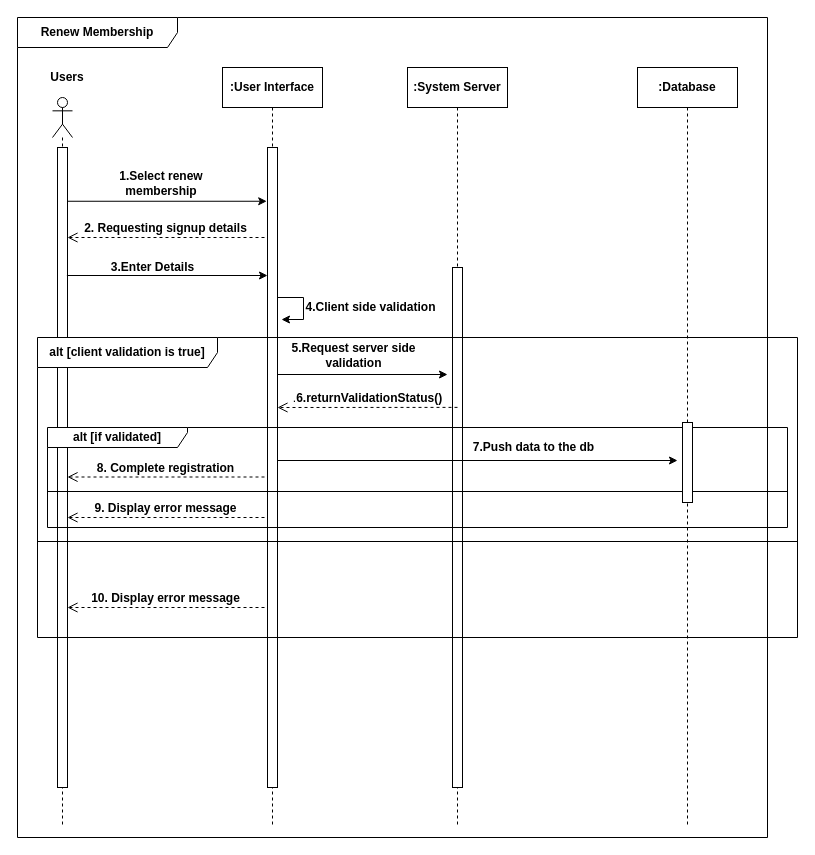
AmilaDissanayake/Group_CS21 keeps this draw.io diagram as page "Page-12" (12 of 13) of Diagram/Sequence Diagram.drawio. Above is the earlier version. Source tidied: cells renumbered, new cells numbered last; positions are measured from the earlier drawing's top-left corner, leaving out a move shared by most shapes. Both pictures are drawn from the tidied source at 100%, with x=0, y=0 at pixel (17, 17).
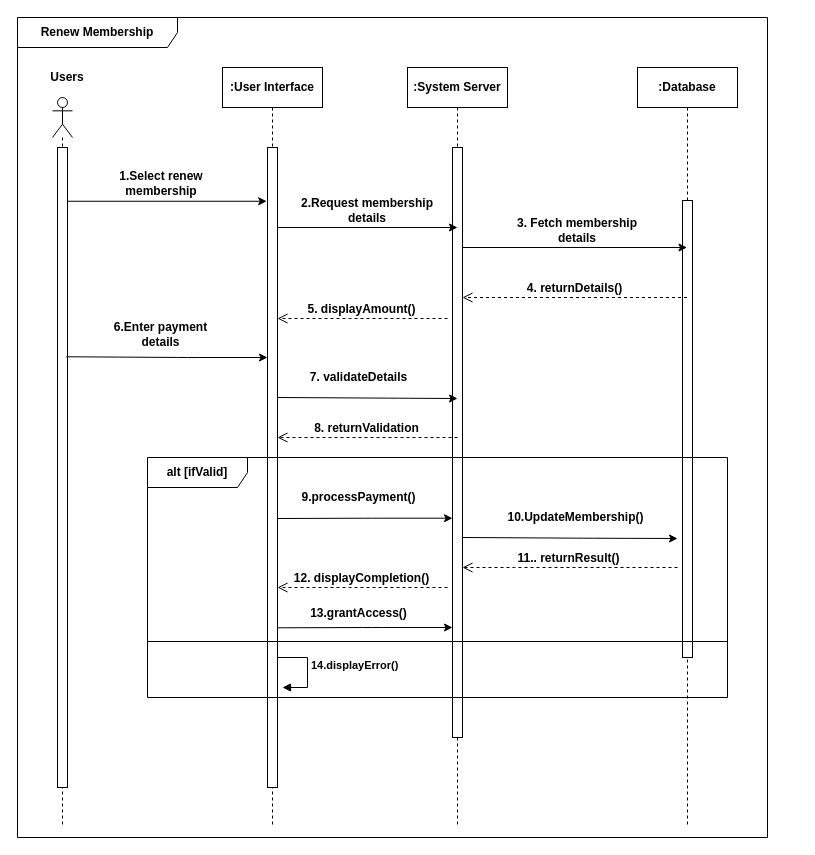
The same diagram, later.

The change refers to these unchanged cells:
```xml
<mxCell id="7" value="&lt;b&gt;:Database&lt;/b&gt;" style="shape=umlLifeline;perimeter=lifelinePerimeter;whiteSpace=wrap;html=1;outlineConnect=0;" parent="1" vertex="1">
  <mxGeometry x="620" y="50" width="100" height="760" as="geometry" />
</mxCell>
<mxCell id="8" style="html=1;points=[];perimeter=orthogonalPerimeter;" parent="1" vertex="1">
  <mxGeometry x="40" y="130" width="10" height="640" as="geometry" />
</mxCell>
<mxCell id="9" style="html=1;points=[];perimeter=orthogonalPerimeter;" parent="1" vertex="1">
  <mxGeometry x="250" y="130" width="10" height="640" as="geometry" />
</mxCell>
```

What changed in the source:
```diff
@@
     <mxCell id="10" style="html=1;points=[];perimeter=orthogonalPerimeter;" parent="1" vertex="1">
-      <mxGeometry x="435" y="250" width="10" height="520" as="geometry" />
+      <mxGeometry x="435" y="130" width="10" height="590" as="geometry" />
     </mxCell>
@@
-    <mxCell id="13" value="&lt;b&gt;&lt;font style=&quot;font-size: 12px&quot;&gt;2. Requesting signup details&lt;/font&gt;&lt;/b&gt;" style="html=1;verticalAlign=bottom;endArrow=open;dashed=1;endSize=8;" parent="1" edge="1">
-      <mxGeometry x="0.01" relative="1" as="geometry">
-        <mxPoint x="247" y="220" as="sourcePoint" />
-        <mxPoint x="50" y="220" as="targetPoint" />
-      </mxGeometry>
-    </mxCell>
-    <mxCell id="14" style="endArrow=classic;html=1;" parent="1" edge="1" target="9">
+    <mxCell id="14" style="endArrow=classic;html=1;exitX=0.88;exitY=0.327;exitDx=0;exitDy=0;exitPerimeter=0;" parent="1" edge="1" source="8" target="9">
       <mxGeometry relative="1" as="geometry">
-        <mxPoint x="49.4" y="258" as="sourcePoint" />
+        <Array as="points">
+          <mxPoint x="170" y="340" />
+        </Array>
       </mxGeometry>
     </mxCell>
-    <mxCell id="15" value="&lt;b&gt;3.Enter Details&lt;/b&gt;" style="text;html=1;strokeColor=none;fillColor=none;align=center;verticalAlign=middle;whiteSpace=wrap;rounded=0;" parent="1" vertex="1">
-      <mxGeometry x="73.7" y="240" width="122.6" height="20" as="geometry" />
+    <mxCell id="15" value="&lt;b&gt;6.Enter payment details&lt;/b&gt;" style="text;html=1;strokeColor=none;fillColor=none;align=center;verticalAlign=middle;whiteSpace=wrap;rounded=0;" parent="1" vertex="1">
+      <mxGeometry x="82.4" y="307" width="122.6" height="20" as="geometry" />
     </mxCell>
-    <mxCell id="16" style="endArrow=classic;html=1;" parent="1" edge="1">
-      <mxGeometry relative="1" as="geometry">
-        <mxPoint x="260" y="357" as="sourcePoint" />
-        <mxPoint x="430" y="357" as="targetPoint" />
-      </mxGeometry>
-    </mxCell>
-    <mxCell id="17" value="&lt;b&gt;alt [client validation is true]&lt;/b&gt;" style="shape=umlFrame;whiteSpace=wrap;html=1;width=180;height=30;" parent="1" vertex="1">
-      <mxGeometry x="20" y="320" width="760" height="300" as="geometry" />
-    </mxCell>
-    <mxCell id="18" value="&lt;b&gt;5.Request server side validation&lt;/b&gt;" style="text;html=1;strokeColor=none;fillColor=none;align=center;verticalAlign=middle;whiteSpace=wrap;rounded=0;" parent="1" vertex="1">
-      <mxGeometry x="265" y="328" width="143" height="20" as="geometry" />
-    </mxCell>
-    <mxCell id="19" value="&lt;font style=&quot;font-size: 12px&quot;&gt;.&lt;b&gt;6.returnValidationStatus()&lt;/b&gt;&lt;/font&gt;" style="html=1;verticalAlign=bottom;endArrow=open;dashed=1;endSize=8;exitX=0.5;exitY=0.269;exitDx=0;exitDy=0;exitPerimeter=0;" parent="1" edge="1" source="10">
-      <mxGeometry relative="1" as="geometry">
-        <mxPoint x="260" y="390" as="targetPoint" />
-      </mxGeometry>
-    </mxCell>
-    <mxCell id="20" style="endArrow=classic;html=1;rounded=0;" parent="1" edge="1">
-      <mxGeometry relative="1" as="geometry">
-        <mxPoint x="260" y="280" as="sourcePoint" />
-        <mxPoint x="264" y="302" as="targetPoint" />
-        <Array as="points">
-          <mxPoint x="286" y="280" />
-          <mxPoint x="286" y="302" />
-        </Array>
-      </mxGeometry>
-    </mxCell>
-    <mxCell id="21" value="&lt;b&gt;4.Client side validation&lt;/b&gt;" style="text;html=1;strokeColor=none;fillColor=none;align=center;verticalAlign=middle;whiteSpace=wrap;rounded=0;" parent="1" vertex="1">
-      <mxGeometry x="282" y="280" width="143" height="20" as="geometry" />
-    </mxCell>
-    <mxCell id="22" value="&lt;b&gt;alt [if validated]&lt;/b&gt;" style="shape=umlFrame;whiteSpace=wrap;html=1;width=140;height=20;" parent="1" vertex="1">
-      <mxGeometry x="30" y="410" width="740" height="100" as="geometry" />
-    </mxCell>
-    <mxCell id="23" style="line;strokeWidth=1;fillColor=none;align=left;verticalAlign=middle;spacingTop=-1;spacingLeft=3;spacingRight=3;labelPosition=right;" parent="1" vertex="1">
-      <mxGeometry x="20" y="520" width="760" height="8" as="geometry" />
-    </mxCell>
-    <mxCell id="24" style="line;strokeWidth=1;fillColor=none;align=left;verticalAlign=middle;spacingTop=-1;spacingLeft=3;spacingRight=3;labelPosition=right;" parent="1" vertex="1">
-      <mxGeometry x="30" y="470" width="740" height="8" as="geometry" />
-    </mxCell>
-    <mxCell id="25" value="&lt;b&gt;&lt;font style=&quot;font-size: 12px&quot;&gt;8. Complete registration&lt;/font&gt;&lt;/b&gt;" style="html=1;verticalAlign=bottom;endArrow=open;dashed=1;endSize=8;" parent="1" edge="1">
-      <mxGeometry x="0.01" relative="1" as="geometry">
-        <mxPoint x="247" y="459.5" as="sourcePoint" />
-        <mxPoint x="50" y="459.5" as="targetPoint" />
-      </mxGeometry>
-    </mxCell>
-    <mxCell id="26" value="&lt;b&gt;&lt;font style=&quot;font-size: 12px&quot;&gt;9. Display error message&lt;/font&gt;&lt;/b&gt;" style="html=1;verticalAlign=bottom;endArrow=open;dashed=1;endSize=8;" parent="1" edge="1">
-      <mxGeometry x="0.01" relative="1" as="geometry">
-        <mxPoint x="247" y="500" as="sourcePoint" />
-        <mxPoint x="50" y="500" as="targetPoint" />
-      </mxGeometry>
-    </mxCell>
-    <mxCell id="27" value="&lt;b&gt;&lt;font style=&quot;font-size: 12px&quot;&gt;10. Display error message&lt;/font&gt;&lt;/b&gt;" style="html=1;verticalAlign=bottom;endArrow=open;dashed=1;endSize=8;" parent="1" edge="1">
-      <mxGeometry x="0.01" relative="1" as="geometry">
-        <mxPoint x="247" y="590" as="sourcePoint" />
-        <mxPoint x="50" y="590" as="targetPoint" />
-      </mxGeometry>
-    </mxCell>
     <mxCell id="28" style="html=1;perimeter=orthogonalPerimeter;" parent="1" vertex="1">
-      <mxGeometry x="665" y="405" width="10" height="80" as="geometry" />
+      <mxGeometry x="665" y="183" width="10" height="457" as="geometry" />
     </mxCell>
-    <mxCell id="29" style="endArrow=classic;html=1;" parent="1" edge="1">
-      <mxGeometry relative="1" as="geometry">
-        <mxPoint x="260" y="443" as="sourcePoint" />
-        <mxPoint x="660" y="443" as="targetPoint" />
-      </mxGeometry>
-    </mxCell>
-    <mxCell id="30" value="&lt;b&gt;7.Push data to the db&lt;/b&gt;" style="text;html=1;strokeColor=none;fillColor=none;align=center;verticalAlign=middle;whiteSpace=wrap;rounded=0;" parent="1" vertex="1">
-      <mxGeometry x="445" y="420" width="143" height="20" as="geometry" />
-    </mxCell>
+    <mxCell id="31" style="endArrow=classic;html=1;" parent="1" edge="1">
+      <mxGeometry relative="1" as="geometry">
+        <mxPoint x="260" y="210" as="sourcePoint" />
+        <mxPoint x="440" y="210" as="targetPoint" />
+      </mxGeometry>
+    </mxCell>
+    <mxCell id="32" value="&lt;b&gt;2.Request membership details&lt;/b&gt;" style="text;html=1;strokeColor=none;fillColor=none;align=center;verticalAlign=middle;whiteSpace=wrap;rounded=0;" parent="1" vertex="1">
+      <mxGeometry x="280" y="183" width="140" height="20" as="geometry" />
+    </mxCell>
+    <mxCell id="33" style="endArrow=classic;html=1;" parent="1" edge="1" target="7">
+      <mxGeometry relative="1" as="geometry">
+        <mxPoint x="445" y="230" as="sourcePoint" />
+      </mxGeometry>
+    </mxCell>
+    <mxCell id="34" value="&lt;b&gt;3. Fetch membership details&lt;/b&gt;" style="text;html=1;strokeColor=none;fillColor=none;align=center;verticalAlign=middle;whiteSpace=wrap;rounded=0;" parent="1" vertex="1">
+      <mxGeometry x="490" y="203" width="140" height="20" as="geometry" />
+    </mxCell>
+    <mxCell id="35" value="&lt;b&gt;&lt;font style=&quot;font-size: 12px&quot;&gt;4. returnDetails()&lt;/font&gt;&lt;/b&gt;" style="html=1;verticalAlign=bottom;endArrow=open;dashed=1;endSize=8;" parent="1" edge="1" source="7">
+      <mxGeometry x="0.01" relative="1" as="geometry">
+        <mxPoint x="445" y="280" as="targetPoint" />
+        <Array as="points">
+          <mxPoint x="507" y="280" />
+        </Array>
+      </mxGeometry>
+    </mxCell>
+    <mxCell id="36" value="&lt;b&gt;&lt;font style=&quot;font-size: 12px&quot;&gt;5. displayAmount()&lt;/font&gt;&lt;/b&gt;" style="html=1;verticalAlign=bottom;endArrow=open;dashed=1;endSize=8;" parent="1" edge="1">
+      <mxGeometry x="0.01" relative="1" as="geometry">
+        <mxPoint x="430" y="301" as="sourcePoint" />
+        <mxPoint x="260" y="301" as="targetPoint" />
+        <Array as="points">
+          <mxPoint x="322" y="301" />
+        </Array>
+      </mxGeometry>
+    </mxCell>
+    <mxCell id="37" style="endArrow=classic;html=1;exitX=0.88;exitY=0.327;exitDx=0;exitDy=0;exitPerimeter=0;" parent="1" edge="1">
+      <mxGeometry relative="1" as="geometry">
+        <mxPoint x="260" y="380" as="sourcePoint" />
+        <mxPoint x="440" y="381" as="targetPoint" />
+        <Array as="points">
+          <mxPoint x="381.2" y="380.7" />
+        </Array>
+      </mxGeometry>
+    </mxCell>
+    <mxCell id="38" value="&lt;b&gt;7. validateDetails&lt;/b&gt;" style="text;html=1;strokeColor=none;fillColor=none;align=center;verticalAlign=middle;whiteSpace=wrap;rounded=0;" parent="1" vertex="1">
+      <mxGeometry x="280" y="350" width="122.6" height="20" as="geometry" />
+    </mxCell>
+    <mxCell id="39" value="&lt;b&gt;&lt;font style=&quot;font-size: 12px&quot;&gt;8. returnValidation&lt;/font&gt;&lt;/b&gt;" style="html=1;verticalAlign=bottom;endArrow=open;dashed=1;endSize=8;" parent="1" edge="1">
+      <mxGeometry x="0.01" relative="1" as="geometry">
+        <mxPoint x="440" y="420" as="sourcePoint" />
+        <mxPoint x="260" y="420" as="targetPoint" />
+      </mxGeometry>
+    </mxCell>
+    <mxCell id="40" value="&lt;b&gt;alt [ifValid]&lt;/b&gt;" style="shape=umlFrame;whiteSpace=wrap;html=1;width=100;height=30;" parent="1" vertex="1">
+      <mxGeometry x="130" y="440" width="580" height="240" as="geometry" />
+    </mxCell>
+    <mxCell id="41" style="endArrow=classic;html=1;" parent="1" edge="1">
+      <mxGeometry relative="1" as="geometry">
+        <mxPoint x="260" y="501" as="sourcePoint" />
+        <mxPoint x="435" y="500.7" as="targetPoint" />
+        <Array as="points">
+          <mxPoint x="355" y="500.7" />
+        </Array>
+      </mxGeometry>
+    </mxCell>
+    <mxCell id="42" value="&lt;b&gt;9.processPayment()&lt;/b&gt;" style="text;html=1;strokeColor=none;fillColor=none;align=center;verticalAlign=middle;whiteSpace=wrap;rounded=0;" parent="1" vertex="1">
+      <mxGeometry x="280" y="470" width="122.6" height="20" as="geometry" />
+    </mxCell>
+    <mxCell id="43" value="&lt;b&gt;10.UpdateMembership()&lt;/b&gt;" style="text;html=1;strokeColor=none;fillColor=none;align=center;verticalAlign=middle;whiteSpace=wrap;rounded=0;" parent="1" vertex="1">
+      <mxGeometry x="497.4" y="490" width="122.6" height="20" as="geometry" />
+    </mxCell>
+    <mxCell id="44" style="endArrow=classic;html=1;exitX=0.88;exitY=0.327;exitDx=0;exitDy=0;exitPerimeter=0;" parent="1" edge="1">
+      <mxGeometry relative="1" as="geometry">
+        <mxPoint x="445" y="520" as="sourcePoint" />
+        <mxPoint x="660" y="521" as="targetPoint" />
+        <Array as="points">
+          <mxPoint x="566.2" y="520.7" />
+        </Array>
+      </mxGeometry>
+    </mxCell>
+    <mxCell id="45" value="&lt;b&gt;&lt;font style=&quot;font-size: 12px&quot;&gt;11.. returnResult()&lt;/font&gt;&lt;/b&gt;" style="html=1;verticalAlign=bottom;endArrow=open;dashed=1;endSize=8;" parent="1" edge="1">
+      <mxGeometry x="0.01" relative="1" as="geometry">
+        <mxPoint x="660" y="550" as="sourcePoint" />
+        <mxPoint x="445" y="550" as="targetPoint" />
+        <Array as="points">
+          <mxPoint x="507" y="550" />
+        </Array>
+      </mxGeometry>
+    </mxCell>
+    <mxCell id="46" value="&lt;b&gt;&lt;font style=&quot;font-size: 12px&quot;&gt;12. displayCompletion()&lt;/font&gt;&lt;/b&gt;" style="html=1;verticalAlign=bottom;endArrow=open;dashed=1;endSize=8;" parent="1" edge="1">
+      <mxGeometry x="0.01" relative="1" as="geometry">
+        <mxPoint x="430" y="570" as="sourcePoint" />
+        <mxPoint x="260" y="570" as="targetPoint" />
+        <Array as="points">
+          <mxPoint x="322" y="570" />
+        </Array>
+      </mxGeometry>
+    </mxCell>
+    <mxCell id="47" style="line;strokeWidth=1;fillColor=none;align=left;verticalAlign=middle;spacingTop=-1;spacingLeft=3;spacingRight=3;labelPosition=right;" parent="1" vertex="1">
+      <mxGeometry x="130" y="620" width="580" height="8" as="geometry" />
+    </mxCell>
+    <mxCell id="48" style="endArrow=classic;html=1;" parent="1" edge="1">
+      <mxGeometry relative="1" as="geometry">
+        <mxPoint x="260" y="610.3" as="sourcePoint" />
+        <mxPoint x="435" y="610" as="targetPoint" />
+        <Array as="points">
+          <mxPoint x="355" y="610" />
+        </Array>
+      </mxGeometry>
+    </mxCell>
+    <mxCell id="49" value="&lt;b&gt;13.grantAccess()&lt;/b&gt;" style="text;html=1;strokeColor=none;fillColor=none;align=center;verticalAlign=middle;whiteSpace=wrap;rounded=0;" parent="1" vertex="1">
+      <mxGeometry x="280" y="586" width="122.6" height="20" as="geometry" />
+    </mxCell>
+    <mxCell id="50" value="&lt;b&gt;14.displayError()&lt;/b&gt;" style="edgeStyle=orthogonalEdgeStyle;html=1;align=left;spacingLeft=2;endArrow=block;rounded=0;entryX=1;entryY=0;" parent="1" edge="1">
+      <mxGeometry relative="1" as="geometry">
+        <mxPoint x="260" y="650" as="sourcePoint" />
+        <mxPoint x="265" y="670" as="targetPoint" />
+        <Array as="points">
+          <mxPoint x="260" y="640" />
+          <mxPoint x="290" y="640" />
+          <mxPoint x="290" y="670" />
+        </Array>
+      </mxGeometry>
+    </mxCell>
```
